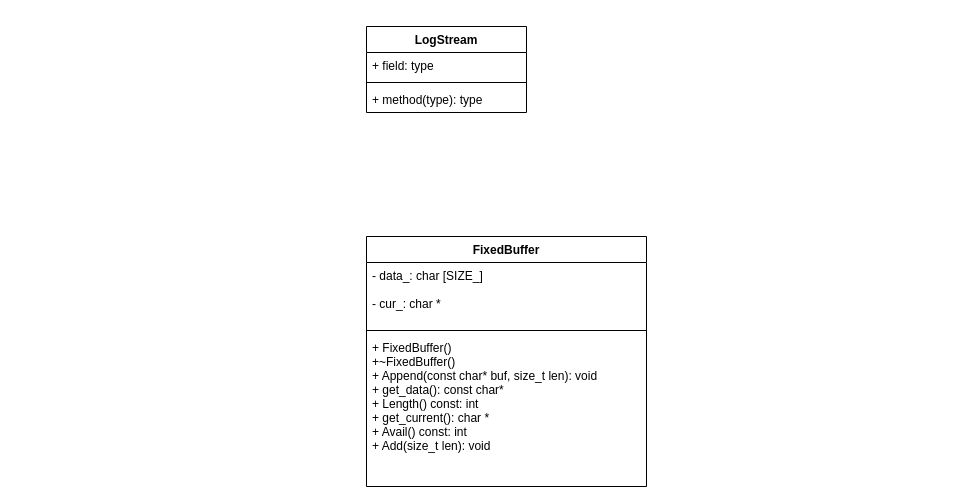
Before: img/water.drawio in zll600/water, a draw.io diagram. Source tidied: cells renumbered, new cells numbered last; positions are measured from the earlier drawing's top-left corner, leaving out a move shared by most shapes. Both pictures are drawn from the tidied source at 100%, with x=0, y=0 at pixel (366, 26).
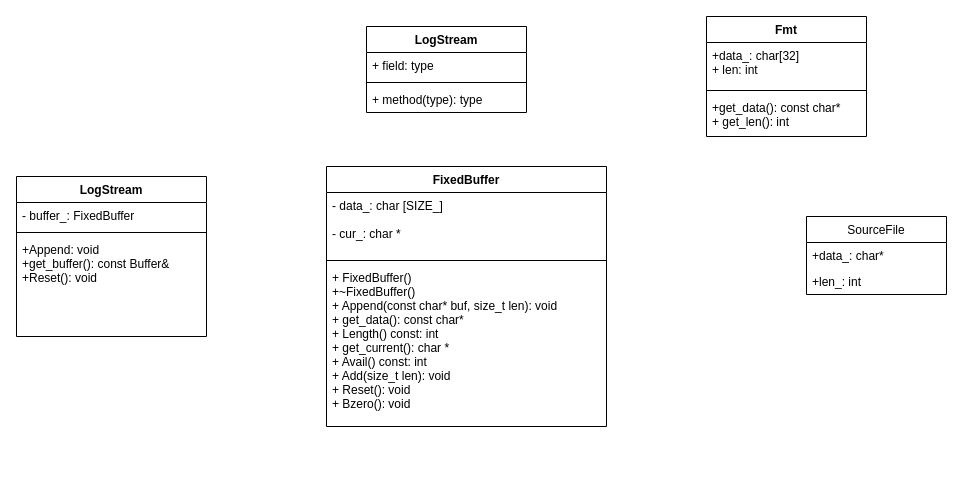
Above is the later version.

The edit, as a diff of the source:
```diff
@@
     <mxCell id="6" value="FixedBuffer" style="swimlane;fontStyle=1;align=center;verticalAlign=top;horizontal=1;startSize=26;" parent="1" vertex="1">
-      <mxGeometry y="210" width="280" height="250" as="geometry" />
+      <mxGeometry x="-40" y="140" width="280" height="260" as="geometry" />
     </mxCell>
@@
-    <mxCell id="9" value="+ FixedBuffer()&#10;+~FixedBuffer()&#10;+ Append(const char* buf, size_t len): void&#10;+ get_data(): const char*&#10;+ Length() const: int&#10;+ get_current(): char *&#10;+ Avail() const: int&#10;+ Add(size_t len): void&#10;" style="text;strokeColor=none;fillColor=none;align=left;verticalAlign=top;spacingLeft=4;spacingRight=4;overflow=hidden;" parent="6" vertex="1">
-      <mxGeometry y="98" width="280" height="152" as="geometry" />
+    <mxCell id="9" value="+ FixedBuffer()&#10;+~FixedBuffer()&#10;+ Append(const char* buf, size_t len): void&#10;+ get_data(): const char*&#10;+ Length() const: int&#10;+ get_current(): char *&#10;+ Avail() const: int&#10;+ Add(size_t len): void&#10;+ Reset(): void&#10;+ Bzero(): void&#10;&#10;" style="text;strokeColor=none;fillColor=none;align=left;verticalAlign=top;spacingLeft=4;spacingRight=4;overflow=hidden;" parent="6" vertex="1">
+      <mxGeometry y="98" width="280" height="162" as="geometry" />
     </mxCell>
+    <mxCell id="10" value="LogStream" style="swimlane;fontStyle=1;align=center;verticalAlign=top;horizontal=1;startSize=26;" parent="1" vertex="1">
+      <mxGeometry x="-350" y="150" width="190" height="160" as="geometry" />
+    </mxCell>
+    <mxCell id="11" value="- buffer_: FixedBuffer" style="text;strokeColor=none;fillColor=none;align=left;verticalAlign=top;spacingLeft=4;spacingRight=4;overflow=hidden;" parent="10" vertex="1">
+      <mxGeometry y="26" width="190" height="26" as="geometry" />
+    </mxCell>
+    <mxCell id="12" style="line;strokeWidth=1;fillColor=none;align=left;verticalAlign=middle;spacingTop=-1;spacingLeft=3;spacingRight=3;labelPosition=right;" parent="10" vertex="1">
+      <mxGeometry y="52" width="190" height="8" as="geometry" />
+    </mxCell>
+    <mxCell id="13" value="+Append: void&#10;+get_buffer(): const Buffer&amp;&#10;+Reset(): void&#10;" style="text;strokeColor=none;fillColor=none;align=left;verticalAlign=top;spacingLeft=4;spacingRight=4;overflow=hidden;" parent="10" vertex="1">
+      <mxGeometry y="60" width="190" height="100" as="geometry" />
+    </mxCell>
+    <mxCell id="14" value="Fmt&#10;" style="swimlane;fontStyle=1;align=center;verticalAlign=top;horizontal=1;startSize=26;" parent="1" vertex="1">
+      <mxGeometry x="340" y="-10" width="160" height="120" as="geometry" />
+    </mxCell>
+    <mxCell id="15" value="+data_: char[32]&#10;+ len: int&#10;" style="text;strokeColor=none;fillColor=none;align=left;verticalAlign=top;spacingLeft=4;spacingRight=4;overflow=hidden;" parent="14" vertex="1">
+      <mxGeometry y="26" width="160" height="44" as="geometry" />
+    </mxCell>
+    <mxCell id="16" style="line;strokeWidth=1;fillColor=none;align=left;verticalAlign=middle;spacingTop=-1;spacingLeft=3;spacingRight=3;labelPosition=right;" parent="14" vertex="1">
+      <mxGeometry y="70" width="160" height="8" as="geometry" />
+    </mxCell>
+    <mxCell id="17" value="+get_data(): const char*&#10;+ get_len(): int&#10;" style="text;strokeColor=none;fillColor=none;align=left;verticalAlign=top;spacingLeft=4;spacingRight=4;overflow=hidden;" parent="14" vertex="1">
+      <mxGeometry y="78" width="160" height="42" as="geometry" />
+    </mxCell>
+    <mxCell id="18" value="SourceFile" style="swimlane;fontStyle=0;horizontal=1;startSize=26;fillColor=none;" parent="1" vertex="1">
+      <mxGeometry x="440" y="190" width="140" height="78" as="geometry" />
+    </mxCell>
+    <mxCell id="19" value="+data_: char*&#10;" style="text;strokeColor=none;fillColor=none;align=left;verticalAlign=top;spacingLeft=4;spacingRight=4;overflow=hidden;" parent="18" vertex="1">
+      <mxGeometry y="26" width="140" height="26" as="geometry" />
+    </mxCell>
+    <mxCell id="20" value="+len_: int" style="text;strokeColor=none;fillColor=none;align=left;verticalAlign=top;spacingLeft=4;spacingRight=4;overflow=hidden;" parent="18" vertex="1">
+      <mxGeometry y="52" width="140" height="26" as="geometry" />
+    </mxCell>
```
